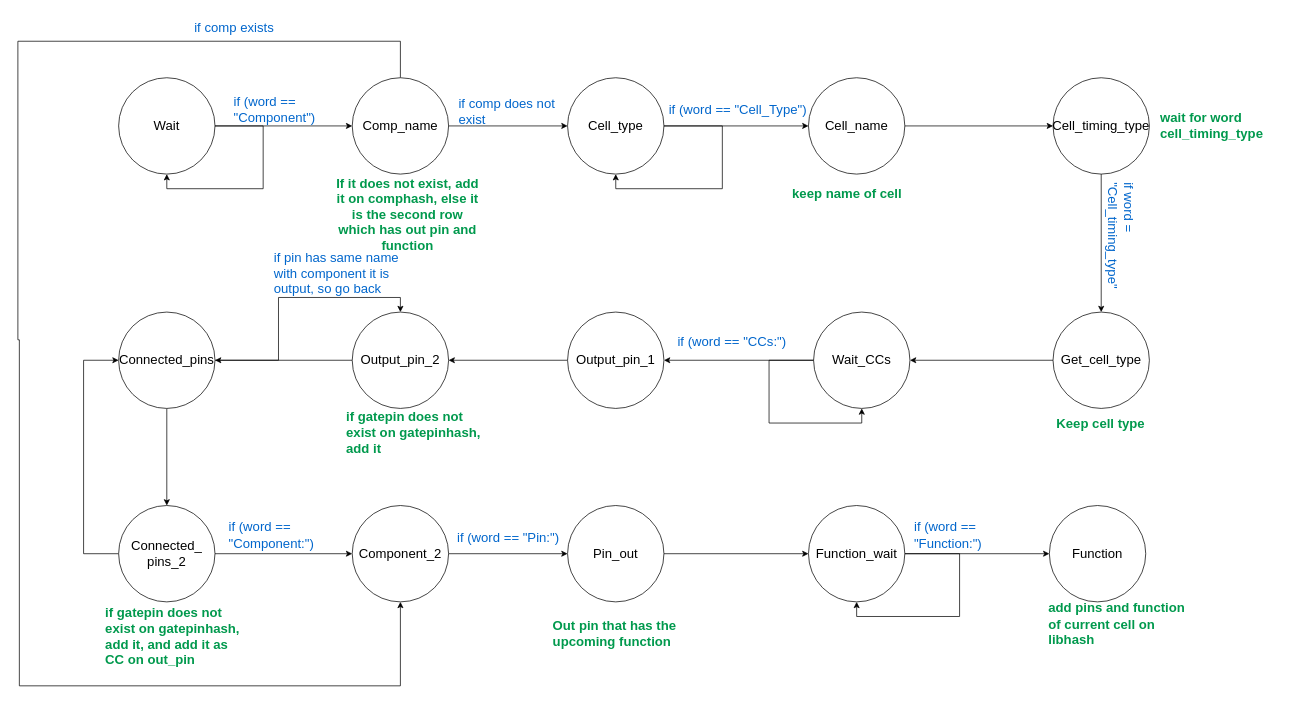
Earlier version of the draw.io diagram Presentations/Presentation_HW2/parse2.drawio (DimitrisT1804/algorithm_cad1_project). Source tidied: cells renumbered, new cells numbered last; positions are measured from the earlier drawing's top-left corner, leaving out a move shared by most shapes. Both pictures are drawn from the tidied source at 73%, with x=0, y=0 at pixel (18, 12).
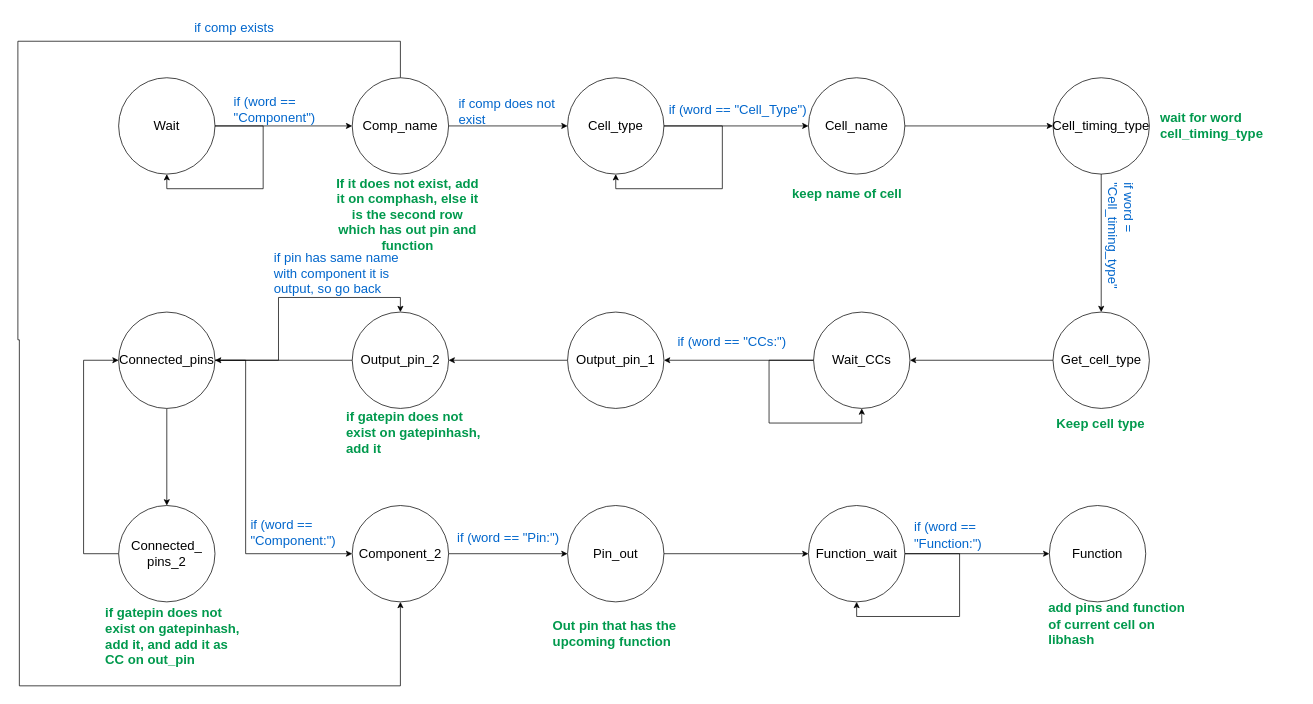
The same page after the edit.

The change refers to these unchanged cells:
```xml
<mxCell id="29" value="&lt;font style=&quot;font-size: 18px;&quot;&gt;Connected_pins&lt;br&gt;&lt;/font&gt;" style="ellipse;whiteSpace=wrap;html=1;" parent="1" vertex="1">
  <mxGeometry x="138" y="410" width="132" height="132" as="geometry" />
</mxCell>
<mxCell id="32" value="&lt;font style=&quot;font-size: 18px;&quot;&gt;Connected_&lt;br&gt;pins_2&lt;br&gt;&lt;/font&gt;" style="ellipse;whiteSpace=wrap;html=1;" parent="1" vertex="1">
  <mxGeometry x="138" y="675" width="132" height="132" as="geometry" />
</mxCell>
<mxCell id="34" value="&lt;font style=&quot;font-size: 18px;&quot;&gt;Component_2&lt;br&gt;&lt;/font&gt;" style="ellipse;whiteSpace=wrap;html=1;" parent="1" vertex="1">
  <mxGeometry x="458" y="675" width="132" height="132" as="geometry" />
</mxCell>
```

Diff of the diagram source:
```diff
@@
+    <mxCell id="56" style="edgeStyle=orthogonalEdgeStyle;rounded=0;jettySize=auto;html=1;entryX=0;entryY=0.5;entryDx=0;entryDy=0;" parent="1" edge="1" source="29" target="34">
+      <mxGeometry relative="1" as="geometry">
+        <Array as="points">
+          <mxPoint x="312" y="476" />
+          <mxPoint x="312" y="741" />
+        </Array>
+      </mxGeometry>
+    </mxCell>
@@
-    <mxCell id="31" style="edgeStyle=orthogonalEdgeStyle;rounded=0;jettySize=auto;html=1;entryX=0;entryY=0.5;entryDx=0;entryDy=0;" parent="1" edge="1" source="32" target="34">
-      <mxGeometry relative="1" as="geometry" />
-    </mxCell>
@@
     <mxCell id="54" value="&lt;span style=&quot;font-size: 18px;&quot;&gt;&lt;font color=&quot;#0066cc&quot;&gt;if (word == &quot;Component:&quot;)&lt;/font&gt;&lt;/span&gt;" style="text;html=1;strokeColor=none;fillColor=none;align=left;verticalAlign=middle;whiteSpace=wrap;rounded=0;" parent="1" vertex="1">
-      <mxGeometry x="287" y="695" width="154" height="41" as="geometry" />
+      <mxGeometry x="317" y="691" width="154" height="41" as="geometry" />
     </mxCell>
```
